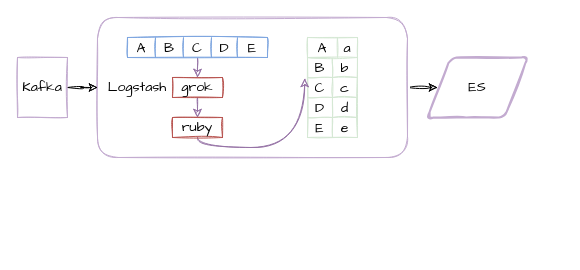
Above: page "Page-8" (8 of 12) of shuzhi.drawio in nullbull/uml (draw.io), before the change. Source tidied: cells renumbered, new cells numbered last; positions are measured from the earlier drawing's top-left corner, leaving out a move shared by most shapes. Both pictures are drawn from the tidied source at 100%, with x=0, y=0 at pixel (17, 17).
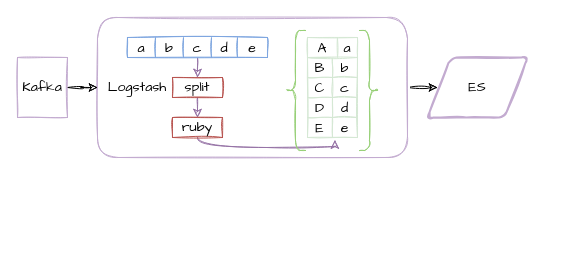
Above is the later version.

Unchanged cells that the change refers to:
```xml
<mxCell id="8" style="shape=partialRectangle;html=1;whiteSpace=wrap;top=0;left=0;bottom=0;right=0;points=[[0,0.5],[1,0.5]];portConstraint=eastwest;sketch=1;strokeColor=#b85450;fillColor=none;fontFamily=Comic Sans MS;fontSize=14;" parent="7" vertex="1">
  <mxGeometry width="140" height="20" as="geometry" />
</mxCell>
<mxCell id="23" style="shape=partialRectangle;html=1;whiteSpace=wrap;fillColor=none;top=0;left=0;bottom=0;right=0;points=[[0,0.5],[1,0.5]];portConstraint=eastwest;sketch=1;fontFamily=Comic Sans MS;fontSize=14;" parent="19" vertex="1">
  <mxGeometry y="20" width="50" height="20" as="geometry" />
</mxCell>
<mxCell id="29" style="shape=partialRectangle;html=1;whiteSpace=wrap;fillColor=none;top=0;left=0;bottom=0;right=0;points=[[0,0.5],[1,0.5]];portConstraint=eastwest;sketch=1;fontFamily=Comic Sans MS;fontSize=14;" parent="19" vertex="1">
  <mxGeometry y="60" width="50" height="20" as="geometry" />
</mxCell>
<mxCell id="37" value="ruby" style="rounded=0;whiteSpace=wrap;html=1;shadow=0;sketch=1;strokeColor=#b85450;fillColor=none;fontFamily=Comic Sans MS;fontSize=14;" parent="1" vertex="1">
  <mxGeometry x="155" y="100" width="50" height="20" as="geometry" />
</mxCell>
```

The edit, as a diff of the source:
```diff
@@
-    <mxCell id="9" value="A" style="shape=partialRectangle;html=1;whiteSpace=wrap;overflow=hidden;top=0;left=0;bottom=0;right=0;sketch=1;strokeColor=#b85450;fillColor=none;fontFamily=Comic Sans MS;fontSize=14;" parent="8" vertex="1">
+    <mxCell id="9" value="a" style="shape=partialRectangle;html=1;whiteSpace=wrap;overflow=hidden;top=0;left=0;bottom=0;right=0;sketch=1;strokeColor=#b85450;fillColor=none;fontFamily=Comic Sans MS;fontSize=14;" parent="8" vertex="1">
       <mxGeometry width="28" height="20" as="geometry" />
     </mxCell>
-    <mxCell id="10" value="B" style="shape=partialRectangle;html=1;whiteSpace=wrap;overflow=hidden;fillColor=none;top=0;left=0;bottom=0;right=0;sketch=1;fontFamily=Comic Sans MS;fontSize=14;" parent="8" vertex="1">
+    <mxCell id="10" value="b" style="shape=partialRectangle;html=1;whiteSpace=wrap;overflow=hidden;fillColor=none;top=0;left=0;bottom=0;right=0;sketch=1;fontFamily=Comic Sans MS;fontSize=14;" parent="8" vertex="1">
       <mxGeometry x="28" width="28" height="20" as="geometry" />
     </mxCell>
-    <mxCell id="11" value="C" style="shape=partialRectangle;html=1;whiteSpace=wrap;overflow=hidden;fillColor=none;top=0;left=0;bottom=0;right=0;sketch=1;fontFamily=Comic Sans MS;fontSize=14;" parent="8" vertex="1">
+    <mxCell id="11" value="c" style="shape=partialRectangle;html=1;whiteSpace=wrap;overflow=hidden;fillColor=none;top=0;left=0;bottom=0;right=0;sketch=1;fontFamily=Comic Sans MS;fontSize=14;" parent="8" vertex="1">
       <mxGeometry x="56" width="28" height="20" as="geometry" />
     </mxCell>
-    <mxCell id="12" value="D" style="shape=partialRectangle;html=1;whiteSpace=wrap;overflow=hidden;fillColor=none;top=0;left=0;bottom=0;right=0;sketch=1;fontFamily=Comic Sans MS;fontSize=14;" parent="8" vertex="1">
+    <mxCell id="12" value="d" style="shape=partialRectangle;html=1;whiteSpace=wrap;overflow=hidden;fillColor=none;top=0;left=0;bottom=0;right=0;sketch=1;fontFamily=Comic Sans MS;fontSize=14;" parent="8" vertex="1">
       <mxGeometry x="84" width="26" height="20" as="geometry" />
     </mxCell>
-    <mxCell id="13" value="E" style="shape=partialRectangle;html=1;whiteSpace=wrap;overflow=hidden;fillColor=none;top=0;left=0;bottom=0;right=0;sketch=1;fontFamily=Comic Sans MS;fontSize=14;" parent="8" vertex="1">
+    <mxCell id="13" value="e" style="shape=partialRectangle;html=1;whiteSpace=wrap;overflow=hidden;fillColor=none;top=0;left=0;bottom=0;right=0;sketch=1;fontFamily=Comic Sans MS;fontSize=14;" parent="8" vertex="1">
       <mxGeometry x="110" width="30" height="20" as="geometry" />
     </mxCell>
@@
-    <mxCell id="17" value="grok" style="rounded=0;whiteSpace=wrap;html=1;shadow=0;sketch=1;strokeColor=#b85450;fillColor=none;fontFamily=Comic Sans MS;fontSize=14;" parent="1" vertex="1">
+    <mxCell id="17" value="split" style="rounded=0;whiteSpace=wrap;html=1;shadow=0;sketch=1;strokeColor=#b85450;fillColor=none;fontFamily=Comic Sans MS;fontSize=14;" parent="1" vertex="1">
       <mxGeometry x="155" y="60" width="50" height="20" as="geometry" />
     </mxCell>
@@
-    <mxCell id="36" style="edgeStyle=orthogonalEdgeStyle;rounded=0;jettySize=auto;html=1;entryX=-0.056;entryY=0.05;entryDx=0;entryDy=0;entryPerimeter=0;curved=1;exitX=0.5;exitY=1;exitDx=0;exitDy=0;sketch=1;fillColor=#e1d5e7;strokeColor=#9673a6;fontFamily=Comic Sans MS;fontSize=14;" parent="1" edge="1" source="37" target="23">
+    <mxCell id="36" style="edgeStyle=orthogonalEdgeStyle;rounded=0;jettySize=auto;html=1;entryX=0.548;entryY=1.13;entryDx=0;entryDy=0;entryPerimeter=0;curved=1;exitX=0.5;exitY=1;exitDx=0;exitDy=0;sketch=1;fillColor=#e1d5e7;strokeColor=#9673a6;fontFamily=Comic Sans MS;fontSize=14;" parent="1" edge="1" source="37" target="29">
       <mxGeometry relative="1" as="geometry">
         <Array as="points">
           <mxPoint x="180" y="130" />
-          <mxPoint x="287" y="130" />
+          <mxPoint x="317" y="130" />
+          <mxPoint x="317" y="123" />
         </Array>
       </mxGeometry>
     </mxCell>
@@
+    <mxCell id="40" style="shape=curlyBracket;whiteSpace=wrap;html=1;rounded=1;rotation=-90;direction=south;sketch=1;fillColor=none;strokeColor=#97D077;" parent="1" vertex="1">
+      <mxGeometry x="218" y="63" width="120" height="20" as="geometry" />
+    </mxCell>
+    <mxCell id="41" style="shape=curlyBracket;whiteSpace=wrap;html=1;rounded=1;rotation=-180;sketch=1;fillColor=none;strokeColor=#97D077;" parent="1" vertex="1">
+      <mxGeometry x="342" y="13" width="20" height="120" as="geometry" />
+    </mxCell>
```
